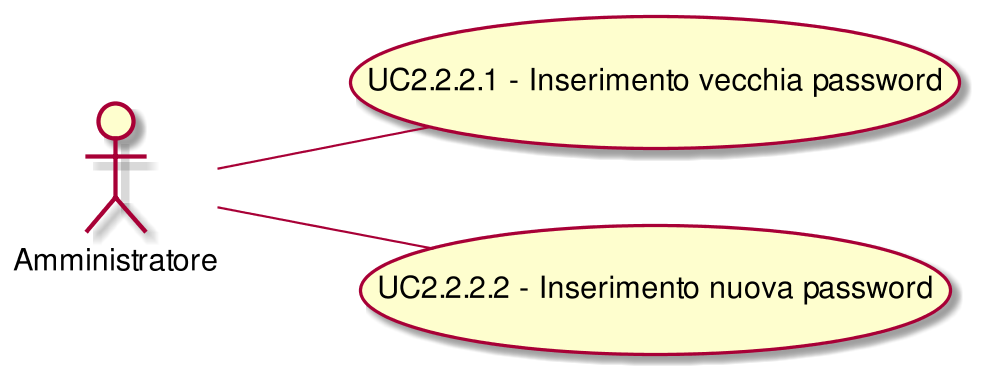
Above: RR/Esterni/AnalisiDeiRequisiti/images/UseCaseUC222.png in CoCodeSWE/Docs (PlantUML), before the change.
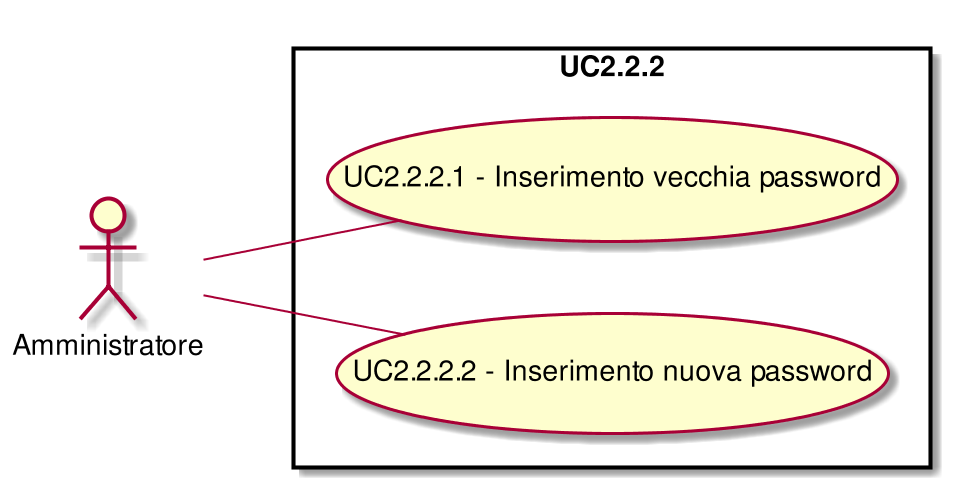
Later version of the same file.

What changed in the source:
```diff
@@ -1,8 +1,12 @@
 @startuml
 scale 1000*1000
 left to right direction
+skinparam packageStyle rect
+:Amministratore:
+rectangle UC2.2.2{
 ( UC2.2.2.1 - Inserimento vecchia password ) as (UC2.2.2.1)
 :Amministratore:--(UC2.2.2.1)
 ( UC2.2.2.2 - Inserimento nuova password ) as (UC2.2.2.2)
 :Amministratore:--(UC2.2.2.2)
+}
 @enduml
```
